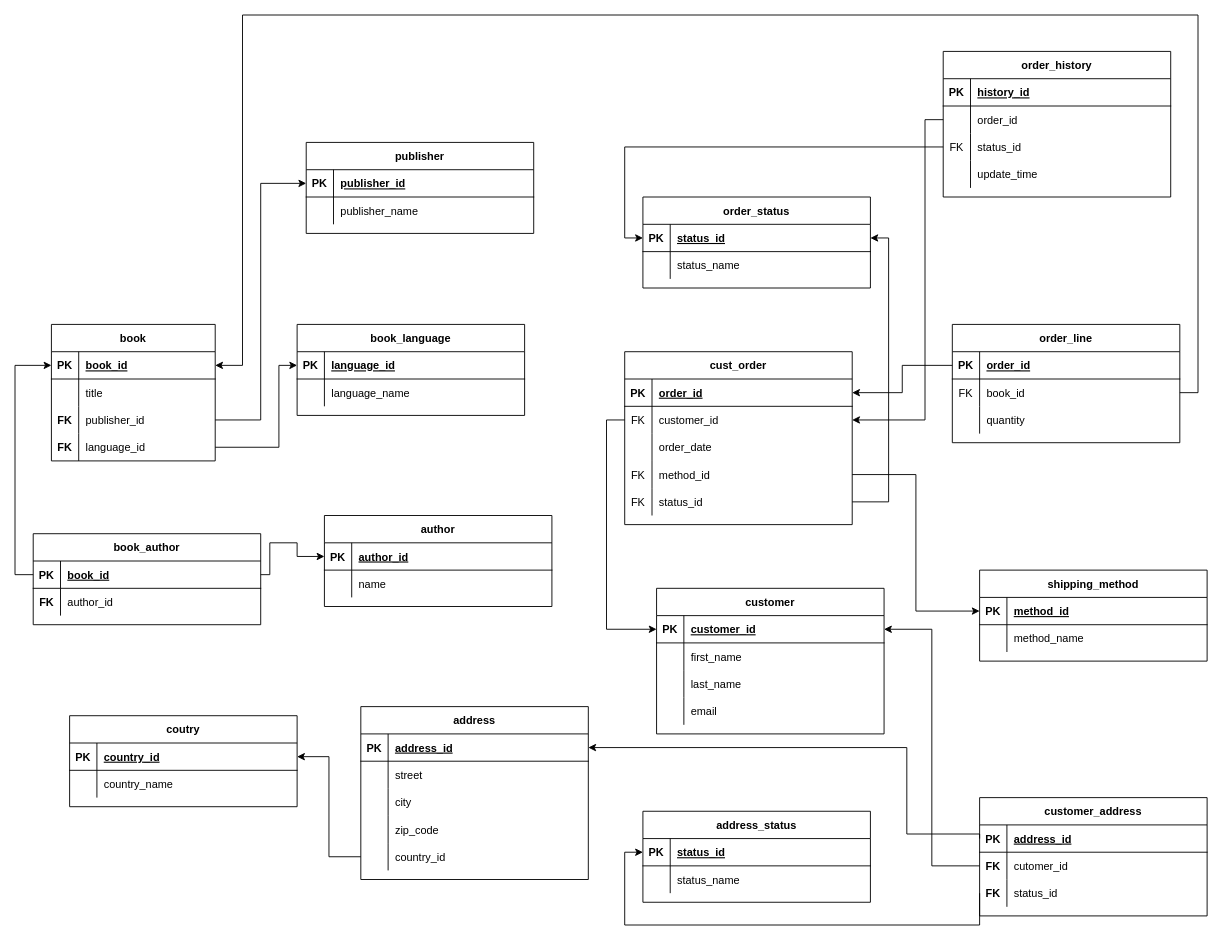
The draw.io diagram Book store database shema.drawio in meirsof101/Bookstore, before the edit. Source tidied: cells renumbered, new cells numbered last; positions are measured from the earlier drawing's top-left corner, leaving out a move shared by most shapes. Both pictures are drawn from the tidied source at 91%, with x=0, y=0 at pixel (33, 15).
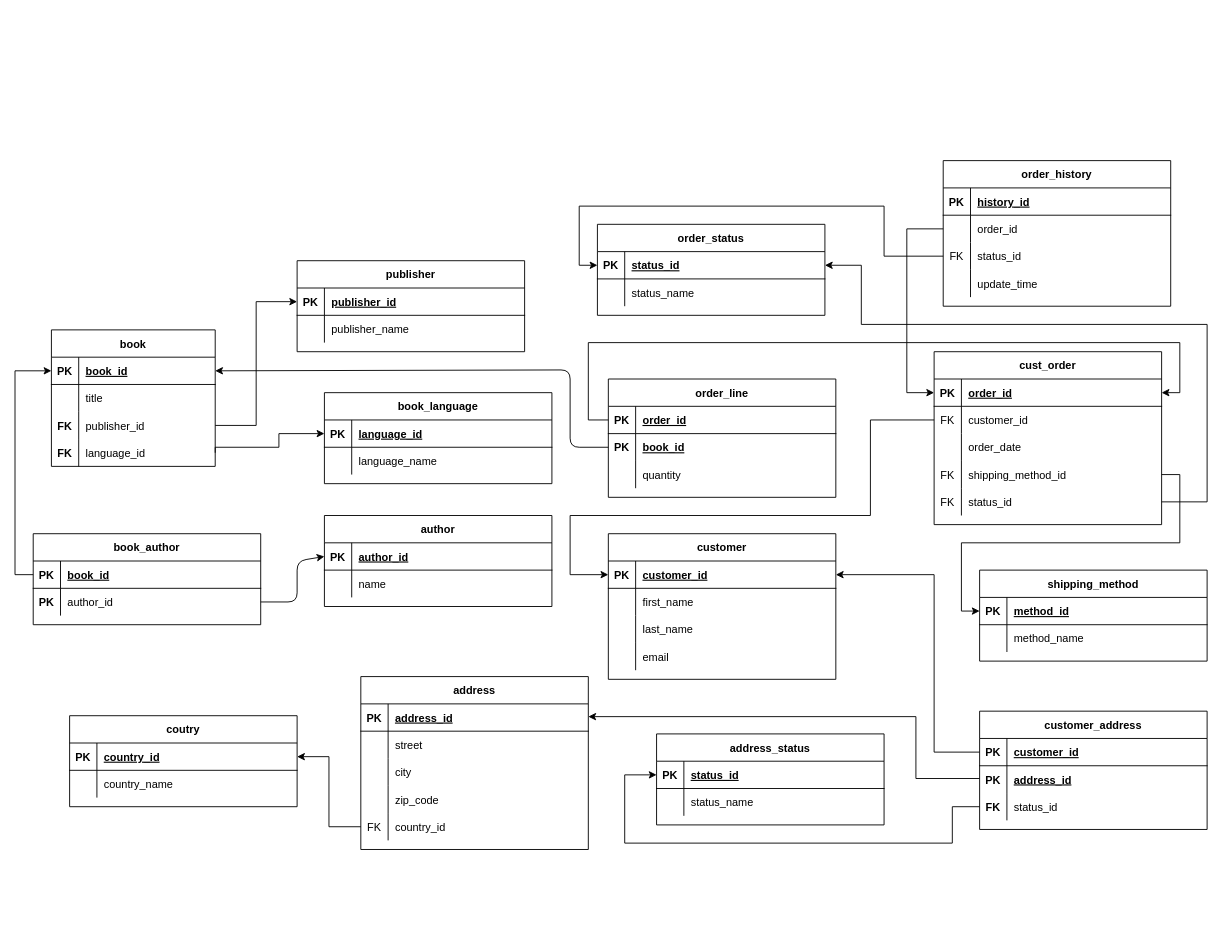
The same diagram, later.

The change refers to these unchanged cells:
```xml
<mxCell id="3" style="shape=partialRectangle;fillColor=none;points=[[0,0.5],[1,0.5]];portConstraint=eastwest;top=0;left=0;right=0;bottom=1;" parent="2" vertex="1">
  <mxGeometry y="30" width="250" height="30" as="geometry" />
</mxCell>
<mxCell id="10" style="shape=partialRectangle;fillColor=none;points=[[0,0.5],[1,0.5]];portConstraint=eastwest;top=0;left=0;right=0;bottom=1;" parent="9" vertex="1">
  <mxGeometry y="30" width="250" height="30" as="geometry" />
</mxCell>
<mxCell id="17" style="shape=partialRectangle;fillColor=none;points=[[0,0.5],[1,0.5]];portConstraint=eastwest;top=0;left=0;right=0;bottom=1;" parent="16" vertex="1">
  <mxGeometry y="30" width="180" height="30" as="geometry" />
</mxCell>
<mxCell id="26" style="shape=partialRectangle;fillColor=none;points=[[0,0.5],[1,0.5]];portConstraint=eastwest;top=0;left=0;right=0;bottom=0;" parent="16" vertex="1">
  <mxGeometry y="120" width="180" height="30" as="geometry" />
</mxCell>
<mxCell id="31" style="shape=partialRectangle;fillColor=none;points=[[0,0.5],[1,0.5]];portConstraint=eastwest;top=0;left=0;right=0;bottom=1;" parent="30" vertex="1">
  <mxGeometry y="30" width="250" height="30" as="geometry" />
</mxCell>
<mxCell id="34" style="shape=partialRectangle;fillColor=none;points=[[0,0.5],[1,0.5]];portConstraint=eastwest;top=0;left=0;right=0;bottom=0;" parent="30" vertex="1">
  <mxGeometry y="60" width="250" height="30" as="geometry" />
</mxCell>
<mxCell id="45" style="shape=partialRectangle;fillColor=none;points=[[0,0.5],[1,0.5]];portConstraint=eastwest;top=0;left=0;right=0;bottom=1;" parent="44" vertex="1">
  <mxGeometry y="30" width="250" height="30" as="geometry" />
</mxCell>
<mxCell id="48" style="shape=partialRectangle;fillColor=none;points=[[0,0.5],[1,0.5]];portConstraint=eastwest;top=0;left=0;right=0;bottom=0;" parent="44" vertex="1">
  <mxGeometry y="60" width="250" height="30" as="geometry" />
</mxCell>
<mxCell id="55" style="shape=partialRectangle;fillColor=none;points=[[0,0.5],[1,0.5]];portConstraint=eastwest;top=0;left=0;right=0;bottom=1;" parent="54" vertex="1">
  <mxGeometry y="30" width="250" height="30" as="geometry" />
</mxCell>
<mxCell id="68" style="shape=partialRectangle;fillColor=none;points=[[0,0.5],[1,0.5]];portConstraint=eastwest;top=0;left=0;right=0;bottom=1;" parent="67" vertex="1">
  <mxGeometry y="30" width="250" height="30" as="geometry" />
</mxCell>
<mxCell id="71" style="shape=partialRectangle;fillColor=none;points=[[0,0.5],[1,0.5]];portConstraint=eastwest;top=0;left=0;right=0;bottom=0;" parent="67" vertex="1">
  <mxGeometry y="60" width="250" height="30" as="geometry" />
</mxCell>
<mxCell id="77" style="shape=partialRectangle;fillColor=none;points=[[0,0.5],[1,0.5]];portConstraint=eastwest;top=0;left=0;right=0;bottom=0;" parent="67" vertex="1">
  <mxGeometry y="120" width="250" height="30" as="geometry" />
</mxCell>
<mxCell id="80" style="shape=partialRectangle;fillColor=none;points=[[0,0.5],[1,0.5]];portConstraint=eastwest;top=0;left=0;right=0;bottom=0;" parent="67" vertex="1">
  <mxGeometry y="150" width="250" height="30" as="geometry" />
</mxCell>
<mxCell id="87" style="shape=partialRectangle;fillColor=none;points=[[0,0.5],[1,0.5]];portConstraint=eastwest;top=0;left=0;right=0;bottom=0;" parent="83" vertex="1">
  <mxGeometry y="60" width="250" height="30" as="geometry" />
</mxCell>
<mxCell id="90" style="shape=partialRectangle;fillColor=none;points=[[0,0.5],[1,0.5]];portConstraint=eastwest;top=0;left=0;right=0;bottom=0;" parent="83" vertex="1">
  <mxGeometry y="90" width="250" height="30" as="geometry" />
</mxCell>
<mxCell id="97" style="shape=partialRectangle;fillColor=none;points=[[0,0.5],[1,0.5]];portConstraint=eastwest;top=0;left=0;right=0;bottom=1;" parent="96" vertex="1">
  <mxGeometry y="30" width="250" height="30" as="geometry" />
</mxCell>
<mxCell id="100" style="shape=partialRectangle;fillColor=none;points=[[0,0.5],[1,0.5]];portConstraint=eastwest;top=0;left=0;right=0;bottom=0;" parent="96" vertex="1">
  <mxGeometry y="60" width="250" height="30" as="geometry" />
</mxCell>
<mxCell id="103" style="shape=partialRectangle;fillColor=none;points=[[0,0.5],[1,0.5]];portConstraint=eastwest;top=0;left=0;right=0;bottom=0;" parent="96" vertex="1">
  <mxGeometry y="90" width="250" height="30" as="geometry" />
</mxCell>
<mxCell id="107" style="shape=partialRectangle;fillColor=none;points=[[0,0.5],[1,0.5]];portConstraint=eastwest;top=0;left=0;right=0;bottom=1;" parent="106" vertex="1">
  <mxGeometry y="30" width="250" height="30" as="geometry" />
</mxCell>
<mxCell id="119" style="shape=partialRectangle;fillColor=none;points=[[0,0.5],[1,0.5]];portConstraint=eastwest;top=0;left=0;right=0;bottom=0;" parent="106" vertex="1">
  <mxGeometry y="150" width="250" height="30" as="geometry" />
</mxCell>
<mxCell id="130" style="shape=partialRectangle;fillColor=none;points=[[0,0.5],[1,0.5]];portConstraint=eastwest;top=0;left=0;right=0;bottom=1;" parent="129" vertex="1">
  <mxGeometry y="30" width="250" height="30" as="geometry" />
</mxCell>
<mxCell id="144" style="shape=partialRectangle;fillColor=none;points=[[0,0.5],[1,0.5]];portConstraint=eastwest;top=0;left=0;right=0;bottom=1;" parent="143" vertex="1">
  <mxGeometry y="30" width="250" height="30" as="geometry" />
</mxCell>
```

Diff of the diagram source:
```diff
@@
     <mxCell id="2" value="book_language" style="shape=table;startSize=30;childLayout=tableLayout;rowLines=0;fontStyle=1;align=center;" parent="1" vertex="1">
-      <mxGeometry x="290" y="340" width="250" height="100" as="geometry" />
+      <mxGeometry x="320" y="415" width="250" height="100" as="geometry" />
     </mxCell>
@@
     <mxCell id="16" value="book" style="shape=table;startSize=30;childLayout=tableLayout;rowLines=0;fontStyle=1;align=center;" parent="1" vertex="1">
-      <mxGeometry x="20" y="340" width="180" height="150" as="geometry" />
+      <mxGeometry x="20" y="346" width="180" height="150" as="geometry" />
     </mxCell>
@@
-    <mxCell id="35" value="FK" style="shape=partialRectangle;overflow=hidden;fillColor=none;top=0;left=0;bottom=0;right=0;fontStyle=1;" parent="34" vertex="1">
+    <mxCell id="35" value="PK" style="shape=partialRectangle;overflow=hidden;fillColor=none;top=0;left=0;bottom=0;right=0;fontStyle=1;" parent="34" vertex="1">
       <mxGeometry width="30" height="30" as="geometry" />
     </mxCell>
@@
     <mxCell id="44" value="order_line" style="shape=table;startSize=30;childLayout=tableLayout;rowLines=0;fontStyle=1;align=center;" parent="1" vertex="1">
-      <mxGeometry x="1010" y="340" width="250" height="130" as="geometry" />
+      <mxGeometry x="632" y="400" width="250" height="130" as="geometry" />
     </mxCell>
@@
-    <mxCell id="49" value="FK" style="shape=partialRectangle;overflow=hidden;fillColor=none;top=0;left=0;bottom=0;right=0;" parent="48" vertex="1">
+    <mxCell id="49" value="PK" style="shape=partialRectangle;overflow=hidden;fillColor=none;top=0;left=0;bottom=0;right=0;fontStyle=1;" parent="48" vertex="1">
       <mxGeometry width="30" height="30" as="geometry" />
     </mxCell>
-    <mxCell id="50" value="book_id" style="shape=partialRectangle;overflow=hidden;fillColor=none;top=0;left=0;bottom=0;right=0;align=left;spacingLeft=6;" parent="48" vertex="1">
+    <mxCell id="50" value="book_id" style="shape=partialRectangle;overflow=hidden;fillColor=none;top=0;left=0;bottom=0;right=0;align=left;spacingLeft=6;fontStyle=5;" parent="48" vertex="1">
       <mxGeometry x="30" width="220" height="30" as="geometry" />
     </mxCell>
@@
     <mxCell id="54" value="customer" style="shape=table;startSize=30;childLayout=tableLayout;rowLines=0;fontStyle=1;align=center;" parent="1" vertex="1">
-      <mxGeometry x="685" y="630" width="250" height="160" as="geometry" />
+      <mxGeometry x="632" y="570" width="250" height="160" as="geometry" />
     </mxCell>
@@
     <mxCell id="67" value="cust_order" style="shape=table;startSize=30;childLayout=tableLayout;rowLines=0;fontStyle=1;align=center;" parent="1" vertex="1">
-      <mxGeometry x="650" y="370" width="250" height="190" as="geometry" />
+      <mxGeometry x="990" y="370" width="250" height="190" as="geometry" />
     </mxCell>
@@
-    <mxCell id="79" value="method_id" style="shape=partialRectangle;overflow=hidden;fillColor=none;top=0;left=0;bottom=0;right=0;align=left;spacingLeft=6;" parent="77" vertex="1">
+    <mxCell id="79" value="shipping_method_id" style="shape=partialRectangle;overflow=hidden;fillColor=none;top=0;left=0;bottom=0;right=0;align=left;spacingLeft=6;" parent="77" vertex="1">
       <mxGeometry x="30" width="220" height="30" as="geometry" />
     </mxCell>
@@
     <mxCell id="83" value="order_history" style="shape=table;startSize=30;childLayout=tableLayout;rowLines=0;fontStyle=1;align=center;" parent="1" vertex="1">
-      <mxGeometry x="1000" y="40" width="250" height="160" as="geometry" />
+      <mxGeometry x="1000" y="160" width="250" height="160" as="geometry" />
     </mxCell>
@@
     <mxCell id="96" value="customer_address" style="shape=table;startSize=30;childLayout=tableLayout;rowLines=0;fontStyle=1;align=center;" parent="1" vertex="1">
-      <mxGeometry x="1040" y="860" width="250" height="130" as="geometry" />
+      <mxGeometry x="1040" y="765" width="250" height="130" as="geometry" />
     </mxCell>
@@
-    <mxCell id="99" value="address_id" style="shape=partialRectangle;overflow=hidden;fillColor=none;top=0;left=0;bottom=0;right=0;align=left;spacingLeft=6;fontStyle=5;" parent="97" vertex="1">
+    <mxCell id="99" value="customer_id" style="shape=partialRectangle;overflow=hidden;fillColor=none;top=0;left=0;bottom=0;right=0;align=left;spacingLeft=6;fontStyle=5;" parent="97" vertex="1">
       <mxGeometry x="30" width="220" height="30" as="geometry" />
     </mxCell>
@@
-    <mxCell id="101" value="FK" style="shape=partialRectangle;overflow=hidden;fillColor=none;top=0;left=0;bottom=0;right=0;fontStyle=1;" parent="100" vertex="1">
+    <mxCell id="101" value="PK" style="shape=partialRectangle;overflow=hidden;fillColor=none;top=0;left=0;bottom=0;right=0;fontStyle=1;" parent="100" vertex="1">
       <mxGeometry width="30" height="30" as="geometry" />
     </mxCell>
-    <mxCell id="102" value="cutomer_id" style="shape=partialRectangle;overflow=hidden;fillColor=none;top=0;left=0;bottom=0;right=0;align=left;spacingLeft=6;" parent="100" vertex="1">
+    <mxCell id="102" value="address_id" style="shape=partialRectangle;overflow=hidden;fillColor=none;top=0;left=0;bottom=0;right=0;align=left;spacingLeft=6;fontStyle=5;" parent="100" vertex="1">
       <mxGeometry x="30" width="220" height="30" as="geometry" />
     </mxCell>
@@
     <mxCell id="106" value="address" style="shape=table;startSize=30;childLayout=tableLayout;rowLines=0;fontStyle=1;align=center;" parent="1" vertex="1">
-      <mxGeometry x="360" y="760" width="250" height="190" as="geometry" />
+      <mxGeometry x="360" y="727" width="250" height="190" as="geometry" />
     </mxCell>
@@
-    <mxCell id="120" style="shape=partialRectangle;overflow=hidden;fillColor=none;top=0;left=0;bottom=0;right=0;" parent="119" vertex="1">
+    <mxCell id="120" value="FK" style="shape=partialRectangle;overflow=hidden;fillColor=none;top=0;left=0;bottom=0;right=0;fontStyle=0;" parent="119" vertex="1">
       <mxGeometry width="30" height="30" as="geometry" />
     </mxCell>
@@
     <mxCell id="129" value="order_status" style="shape=table;startSize=30;childLayout=tableLayout;rowLines=0;fontStyle=1;align=center;" parent="1" vertex="1">
-      <mxGeometry x="670" y="200" width="250" height="100" as="geometry" />
+      <mxGeometry x="620" y="230" width="250" height="100" as="geometry" />
     </mxCell>
@@
     <mxCell id="136" value="publisher" style="shape=table;startSize=30;childLayout=tableLayout;rowLines=0;fontStyle=1;align=center;" parent="1" vertex="1">
-      <mxGeometry x="300" y="140" width="250" height="100" as="geometry" />
+      <mxGeometry x="290" y="270" width="250" height="100" as="geometry" />
     </mxCell>
@@
     <mxCell id="143" value="address_status" style="shape=table;startSize=30;childLayout=tableLayout;rowLines=0;fontStyle=1;align=center;" parent="1" vertex="1">
-      <mxGeometry x="670" y="875" width="250" height="100" as="geometry" />
+      <mxGeometry x="685" y="790" width="250" height="100" as="geometry" />
     </mxCell>
@@
-    <mxCell id="150" style="edgeStyle=orthogonalEdgeStyle;rounded=0;jettySize=auto;html=1;exitX=1;exitY=0.5;exitDx=0;exitDy=0;entryX=0;entryY=0.5;entryDx=0;entryDy=0;" parent="1" edge="1" source="31" target="10">
-      <mxGeometry relative="1" as="geometry">
-        <Array as="points">
-          <mxPoint x="260" y="615" />
-          <mxPoint x="260" y="580" />
-          <mxPoint x="290" y="580" />
-          <mxPoint x="290" y="595" />
-        </Array>
-      </mxGeometry>
-    </mxCell>
@@
     <mxCell id="153" style="edgeStyle=orthogonalEdgeStyle;rounded=0;jettySize=auto;html=1;exitX=1;exitY=0.5;exitDx=0;exitDy=0;entryX=0;entryY=0.5;entryDx=0;entryDy=0;" parent="1" edge="1" source="26" target="3">
       <mxGeometry relative="1" as="geometry">
         <Array as="points">
           <mxPoint x="270" y="475" />
-          <mxPoint x="270" y="385" />
+          <mxPoint x="270" y="460" />
         </Array>
       </mxGeometry>
     </mxCell>
@@
-    <mxCell id="155" style="edgeStyle=orthogonalEdgeStyle;rounded=0;jettySize=auto;html=1;exitX=0;exitY=0.5;exitDx=0;exitDy=0;entryX=1;entryY=0.5;entryDx=0;entryDy=0;" parent="1" edge="1" source="100" target="55">
-      <mxGeometry relative="1" as="geometry" />
+    <mxCell id="155" style="edgeStyle=orthogonalEdgeStyle;rounded=0;orthogonalLoop=1;jettySize=auto;html=1;exitX=0;exitY=0.5;exitDx=0;exitDy=0;entryX=1;entryY=0.5;entryDx=0;entryDy=0;" parent="1" edge="1">
+      <mxGeometry relative="1" as="geometry">
+        <mxPoint x="1040" y="839" as="sourcePoint" />
+        <mxPoint x="610" y="771" as="targetPoint" />
+        <Array as="points">
+          <mxPoint x="970" y="839" />
+          <mxPoint x="970" y="771" />
+        </Array>
+      </mxGeometry>
     </mxCell>
-    <mxCell id="156" style="edgeStyle=orthogonalEdgeStyle;rounded=0;jettySize=auto;html=1;exitX=0;exitY=0.5;exitDx=0;exitDy=0;entryX=1;entryY=0.5;entryDx=0;entryDy=0;" parent="1" edge="1" source="97" target="107">
+    <mxCell id="156" style="edgeStyle=orthogonalEdgeStyle;rounded=0;jettySize=auto;html=1;exitX=0;exitY=0.5;exitDx=0;exitDy=0;entryX=1;entryY=0.5;entryDx=0;entryDy=0;" parent="1" edge="1" source="97" target="55">
       <mxGeometry relative="1" as="geometry">
         <Array as="points">
-          <mxPoint x="1040" y="900" />
-          <mxPoint x="960" y="900" />
-          <mxPoint x="960" y="805" />
+          <mxPoint x="990" y="810" />
+          <mxPoint x="990" y="615" />
         </Array>
       </mxGeometry>
     </mxCell>
     <mxCell id="157" style="edgeStyle=orthogonalEdgeStyle;rounded=0;jettySize=auto;html=1;exitX=0;exitY=0.5;exitDx=0;exitDy=0;entryX=0;entryY=0.5;entryDx=0;entryDy=0;" parent="1" edge="1" source="103" target="144">
       <mxGeometry relative="1" as="geometry">
         <Array as="points">
-          <mxPoint x="1040" y="1000" />
-          <mxPoint x="650" y="1000" />
-          <mxPoint x="650" y="920" />
+          <mxPoint x="1010" y="870" />
+          <mxPoint x="1010" y="910" />
+          <mxPoint x="650" y="910" />
+          <mxPoint x="650" y="835" />
         </Array>
       </mxGeometry>
     </mxCell>
     <mxCell id="158" style="edgeStyle=orthogonalEdgeStyle;rounded=0;jettySize=auto;html=1;exitX=0;exitY=0.5;exitDx=0;exitDy=0;entryX=0;entryY=0.5;entryDx=0;entryDy=0;" parent="1" edge="1" source="71" target="55">
-      <mxGeometry relative="1" as="geometry" />
+      <mxGeometry relative="1" as="geometry">
+        <Array as="points">
+          <mxPoint x="920" y="445" />
+          <mxPoint x="920" y="550" />
+          <mxPoint x="590" y="550" />
+          <mxPoint x="590" y="615" />
+        </Array>
+      </mxGeometry>
     </mxCell>
@@
     <mxCell id="160" style="edgeStyle=orthogonalEdgeStyle;rounded=0;jettySize=auto;html=1;exitX=1;exitY=0.5;exitDx=0;exitDy=0;entryX=1;entryY=0.5;entryDx=0;entryDy=0;" parent="1" edge="1" source="80" target="130">
-      <mxGeometry relative="1" as="geometry" />
+      <mxGeometry relative="1" as="geometry">
+        <Array as="points">
+          <mxPoint x="1290" y="535" />
+          <mxPoint x="1290" y="340" />
+          <mxPoint x="910" y="340" />
+          <mxPoint x="910" y="275" />
+        </Array>
+      </mxGeometry>
     </mxCell>
     <mxCell id="161" style="edgeStyle=orthogonalEdgeStyle;rounded=0;jettySize=auto;html=1;exitX=0;exitY=0.5;exitDx=0;exitDy=0;entryX=1;entryY=0.5;entryDx=0;entryDy=0;" parent="1" edge="1" source="45" target="68">
-      <mxGeometry relative="1" as="geometry" />
+      <mxGeometry relative="1" as="geometry">
+        <Array as="points">
+          <mxPoint x="610" y="445" />
+          <mxPoint x="610" y="360" />
+          <mxPoint x="1260" y="360" />
+          <mxPoint x="1260" y="415" />
+        </Array>
+      </mxGeometry>
     </mxCell>
-    <mxCell id="162" style="edgeStyle=orthogonalEdgeStyle;rounded=0;jettySize=auto;html=1;exitX=1;exitY=0.5;exitDx=0;exitDy=0;entryX=1;entryY=0.5;entryDx=0;entryDy=0;" parent="1" edge="1" source="48" target="17">
-      <mxGeometry relative="1" as="geometry">
-        <Array as="points">
-          <mxPoint x="1280" y="415" />
-          <mxPoint x="1280" />
-          <mxPoint x="230" />
-          <mxPoint x="230" y="385" />
-        </Array>
-      </mxGeometry>
-    </mxCell>
-    <mxCell id="163" style="edgeStyle=orthogonalEdgeStyle;rounded=0;jettySize=auto;html=1;exitX=0;exitY=0.5;exitDx=0;exitDy=0;entryX=1;entryY=0.5;entryDx=0;entryDy=0;" parent="1" edge="1" source="87" target="71">
+    <mxCell id="163" style="edgeStyle=orthogonalEdgeStyle;rounded=0;jettySize=auto;html=1;exitX=0;exitY=0.5;exitDx=0;exitDy=0;entryX=0;entryY=0.5;entryDx=0;entryDy=0;" parent="1" edge="1" source="87" target="68">
       <mxGeometry relative="1" as="geometry">
         <Array as="points">
-          <mxPoint x="980" y="115" />
-          <mxPoint x="980" y="445" />
+          <mxPoint x="960" y="235" />
+          <mxPoint x="960" y="415" />
         </Array>
       </mxGeometry>
     </mxCell>
     <mxCell id="164" style="edgeStyle=orthogonalEdgeStyle;rounded=0;jettySize=auto;html=1;exitX=0;exitY=0.5;exitDx=0;exitDy=0;entryX=0;entryY=0.5;entryDx=0;entryDy=0;" parent="1" edge="1" source="90" target="130">
-      <mxGeometry relative="1" as="geometry" />
+      <mxGeometry relative="1" as="geometry">
+        <Array as="points">
+          <mxPoint x="935" y="265" />
+          <mxPoint x="935" y="210" />
+          <mxPoint x="600" y="210" />
+          <mxPoint x="600" y="275" />
+        </Array>
+      </mxGeometry>
     </mxCell>
+    <mxCell id="165" style="edgeStyle=none;html=1;exitX=1;exitY=0.5;exitDx=0;exitDy=0;entryX=0;entryY=0.5;entryDx=0;entryDy=0;" parent="1" edge="1" source="34" target="10">
+      <mxGeometry relative="1" as="geometry">
+        <Array as="points">
+          <mxPoint x="290" y="645" />
+          <mxPoint x="290" y="600" />
+        </Array>
+      </mxGeometry>
+    </mxCell>
+    <mxCell id="162" style="edgeStyle=none;html=1;exitX=0;exitY=0.5;exitDx=0;exitDy=0;entryX=1;entryY=0.5;entryDx=0;entryDy=0;" parent="1" edge="1" source="48" target="17">
+      <mxGeometry relative="1" as="geometry">
+        <Array as="points">
+          <mxPoint x="590" y="475" />
+          <mxPoint x="590" y="390" />
+        </Array>
+      </mxGeometry>
+    </mxCell>
```
